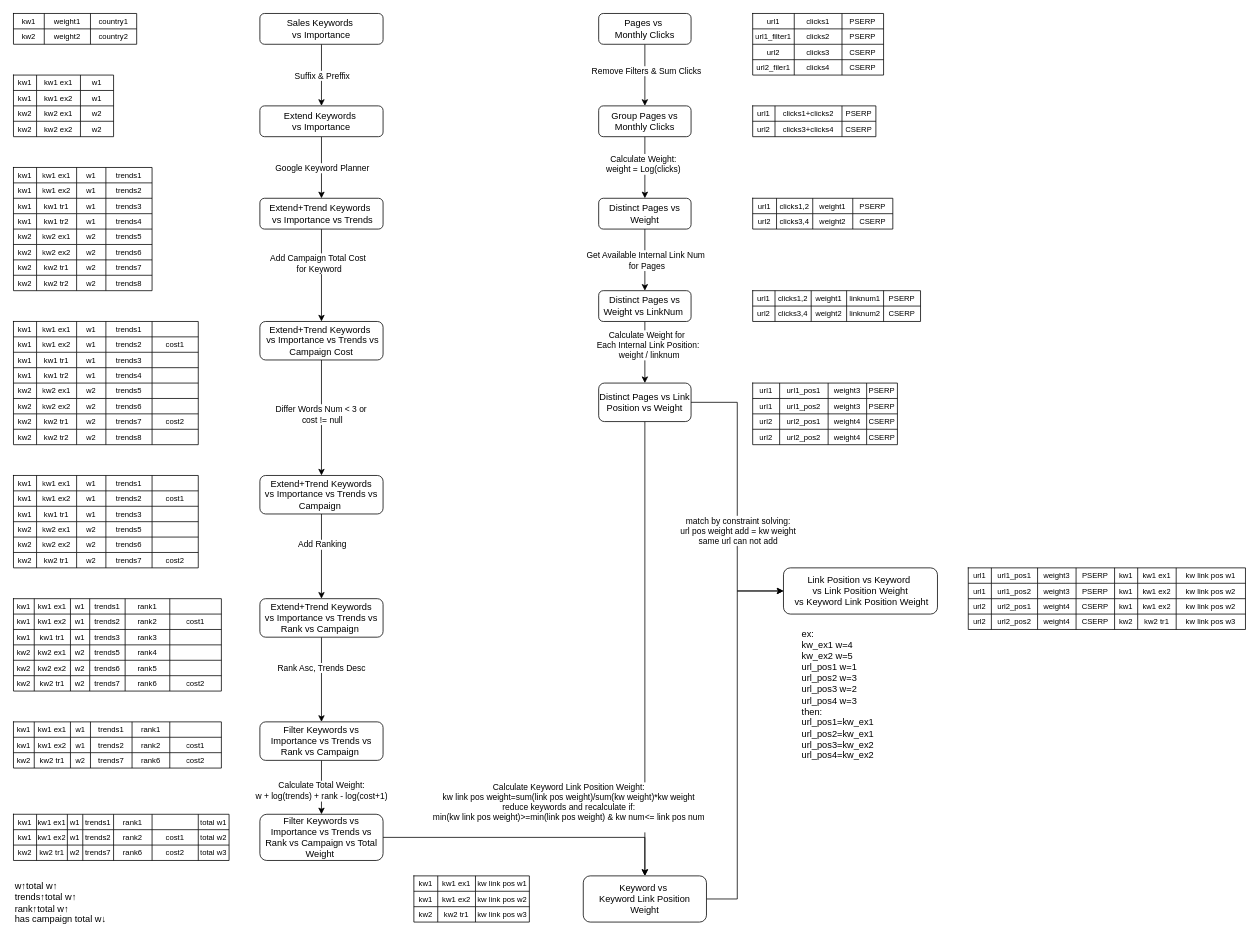
This is drawio/core_keyword.drawio from VisableHarry/seo-drawio, a draw.io file, before an edit. Source tidied: cells renumbered, new cells numbered last; positions are measured from the earlier drawing's top-left corner, leaving out a move shared by most shapes. Both pictures are drawn from the tidied source at 77%, with x=0, y=0 at pixel (13, 13).
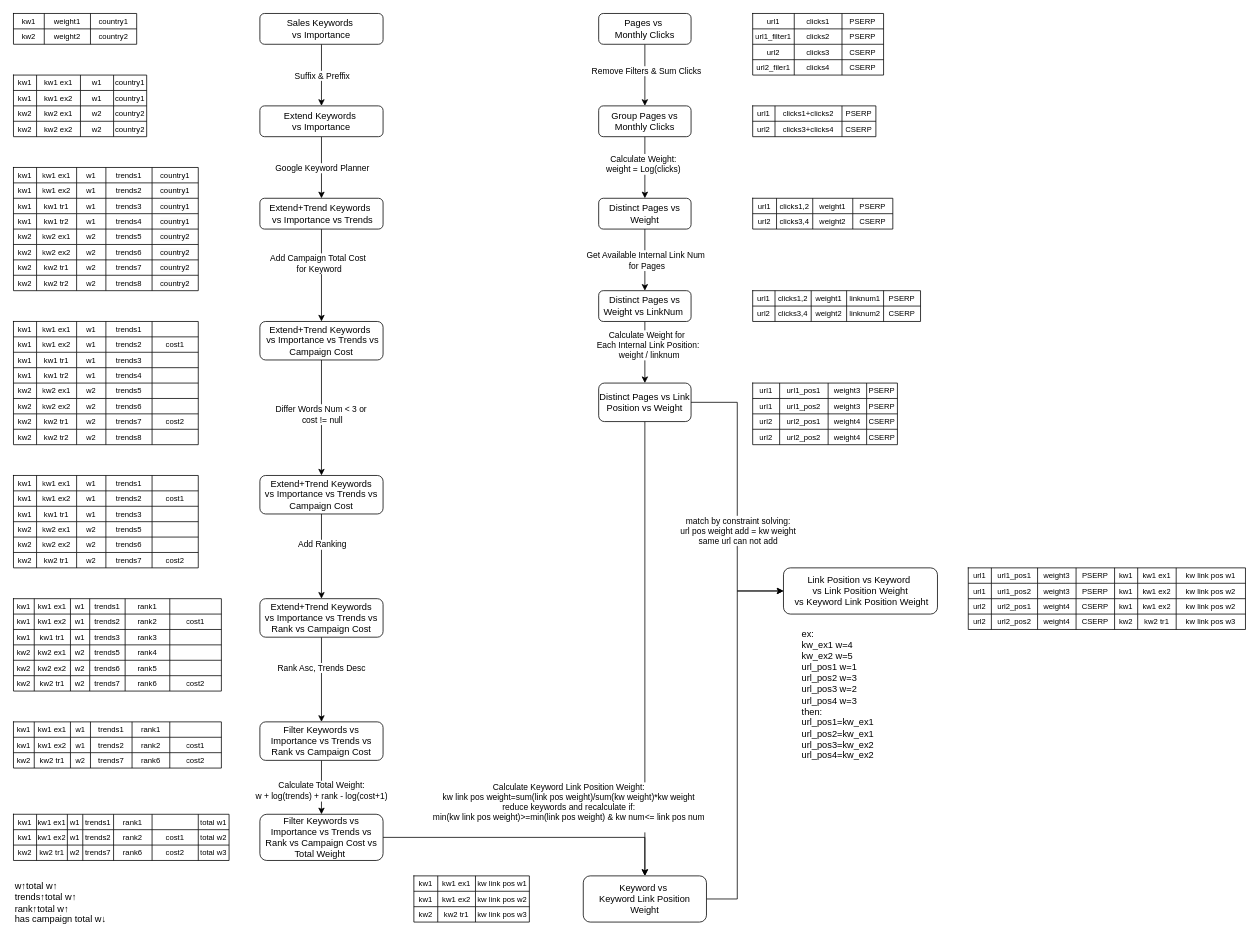
Above is the later version.

What changed in the source:
```diff
@@
-    <mxCell id="21" value="Extend+Trend Keywords&lt;div&gt;vs Importance&amp;nbsp;&lt;span style=&quot;background-color: transparent; color: light-dark(rgb(0, 0, 0), rgb(255, 255, 255));&quot;&gt;vs Trends vs Campaign&lt;/span&gt;&lt;span style=&quot;background-color: transparent; color: light-dark(rgb(0, 0, 0), rgb(255, 255, 255));&quot;&gt;&amp;nbsp;&lt;/span&gt;&lt;/div&gt;" style="rounded=1;whiteSpace=wrap;html=1;" parent="1" vertex="1">
+    <mxCell id="21" value="Extend+Trend Keywords&lt;div&gt;vs Importance&amp;nbsp;&lt;span style=&quot;background-color: transparent; color: light-dark(rgb(0, 0, 0), rgb(255, 255, 255));&quot;&gt;vs Trends vs Campaign&lt;/span&gt;&lt;span style=&quot;background-color: transparent; color: light-dark(rgb(0, 0, 0), rgb(255, 255, 255));&quot;&gt;&amp;nbsp;Cost&lt;/span&gt;&lt;/div&gt;" style="rounded=1;whiteSpace=wrap;html=1;" parent="1" vertex="1">
       <mxGeometry x="320" y="600" width="160" height="50" as="geometry" />
     </mxCell>
@@
-    <mxCell id="23" value="Filter Keywords vs Importance&amp;nbsp;&lt;span style=&quot;color: light-dark(rgb(0, 0, 0), rgb(255, 255, 255)); background-color: transparent;&quot;&gt;vs Trends&lt;/span&gt;&lt;span style=&quot;color: light-dark(rgb(0, 0, 0), rgb(255, 255, 255)); background-color: transparent;&quot;&gt;&amp;nbsp;vs Rank&lt;/span&gt;&lt;span style=&quot;color: light-dark(rgb(0, 0, 0), rgb(255, 255, 255)); background-color: transparent;&quot;&gt;&amp;nbsp;vs Campaign&lt;/span&gt;&lt;span style=&quot;color: light-dark(rgb(0, 0, 0), rgb(255, 255, 255)); background-color: transparent;&quot;&gt;&amp;nbsp;&lt;/span&gt;" style="rounded=1;whiteSpace=wrap;html=1;" parent="1" vertex="1">
+    <mxCell id="23" value="Filter Keywords vs Importance&amp;nbsp;&lt;span style=&quot;color: light-dark(rgb(0, 0, 0), rgb(255, 255, 255)); background-color: transparent;&quot;&gt;vs Trends&lt;/span&gt;&lt;span style=&quot;color: light-dark(rgb(0, 0, 0), rgb(255, 255, 255)); background-color: transparent;&quot;&gt;&amp;nbsp;vs Rank&lt;/span&gt;&lt;span style=&quot;color: light-dark(rgb(0, 0, 0), rgb(255, 255, 255)); background-color: transparent;&quot;&gt;&amp;nbsp;vs Campaign&lt;/span&gt;&lt;span style=&quot;color: light-dark(rgb(0, 0, 0), rgb(255, 255, 255)); background-color: transparent;&quot;&gt;&amp;nbsp;Cost&lt;/span&gt;" style="rounded=1;whiteSpace=wrap;html=1;" parent="1" vertex="1">
       <mxGeometry x="320" y="920" width="160" height="50" as="geometry" />
     </mxCell>
@@
-    <mxCell id="70" value="Extend+Trend Keywords&lt;div&gt;vs Importance&amp;nbsp;&lt;span style=&quot;background-color: transparent; color: light-dark(rgb(0, 0, 0), rgb(255, 255, 255));&quot;&gt;vs Trends&lt;/span&gt;&lt;span style=&quot;background-color: transparent; color: light-dark(rgb(0, 0, 0), rgb(255, 255, 255));&quot;&gt;&amp;nbsp;vs Rank&lt;/span&gt;&lt;span style=&quot;background-color: transparent; color: light-dark(rgb(0, 0, 0), rgb(255, 255, 255));&quot;&gt;&amp;nbsp;vs Campaign&lt;/span&gt;&lt;span style=&quot;background-color: transparent; color: light-dark(rgb(0, 0, 0), rgb(255, 255, 255));&quot;&gt;&amp;nbsp;&lt;/span&gt;&lt;/div&gt;" style="rounded=1;whiteSpace=wrap;html=1;" parent="1" vertex="1">
+    <mxCell id="70" value="Extend+Trend Keywords&lt;div&gt;vs Importance&amp;nbsp;&lt;span style=&quot;background-color: transparent; color: light-dark(rgb(0, 0, 0), rgb(255, 255, 255));&quot;&gt;vs Trends&lt;/span&gt;&lt;span style=&quot;background-color: transparent; color: light-dark(rgb(0, 0, 0), rgb(255, 255, 255));&quot;&gt;&amp;nbsp;vs Rank&lt;/span&gt;&lt;span style=&quot;background-color: transparent; color: light-dark(rgb(0, 0, 0), rgb(255, 255, 255));&quot;&gt;&amp;nbsp;vs Campaign&lt;/span&gt;&lt;span style=&quot;background-color: transparent; color: light-dark(rgb(0, 0, 0), rgb(255, 255, 255));&quot;&gt;&amp;nbsp;Cost&lt;/span&gt;&lt;/div&gt;" style="rounded=1;whiteSpace=wrap;html=1;" parent="1" vertex="1">
       <mxGeometry x="320" y="760" width="160" height="50" as="geometry" />
     </mxCell>
     <mxCell id="71" style="shape=table;startSize=0;childLayout=tableLayout;fontSize=16;" parent="1" vertex="1">
-      <mxGeometry y="200" width="180" height="160" as="geometry" />
+      <mxGeometry y="200" width="240" height="160" as="geometry" />
     </mxCell>
     <mxCell id="72" style="shape=tableRow;horizontal=0;startSize=0;swimlaneHead=0;swimlaneBody=0;strokeColor=inherit;top=0;left=0;bottom=0;right=0;fillColor=none;fontSize=16;" parent="71" vertex="1">
-      <mxGeometry width="180" height="20" as="geometry" />
+      <mxGeometry width="240" height="20" as="geometry" />
     </mxCell>
@@
+    <mxCell id="406" value="country1" style="shape=partialRectangle;html=1;whiteSpace=wrap;strokeColor=inherit;overflow=hidden;fillColor=none;top=0;left=0;bottom=0;right=0;fontSize=10;" parent="72" vertex="1">
+      <mxGeometry x="180" width="60" height="20" as="geometry" />
+    </mxCell>
     <mxCell id="77" style="shape=tableRow;horizontal=0;startSize=0;swimlaneHead=0;swimlaneBody=0;strokeColor=inherit;top=0;left=0;bottom=0;right=0;fillColor=none;fontSize=16;" parent="71" vertex="1">
-      <mxGeometry y="20" width="180" height="20" as="geometry" />
+      <mxGeometry y="20" width="240" height="20" as="geometry" />
     </mxCell>
@@
+    <mxCell id="407" value="&lt;span style=&quot;color: rgb(0, 0, 0); font-family: Helvetica; font-size: 10px; font-style: normal; font-variant-ligatures: normal; font-variant-caps: normal; font-weight: 400; letter-spacing: normal; orphans: 2; text-align: center; text-indent: 0px; text-transform: none; widows: 2; word-spacing: 0px; -webkit-text-stroke-width: 0px; white-space: normal; background-color: rgb(251, 251, 251); text-decoration-thickness: initial; text-decoration-style: initial; text-decoration-color: initial; display: inline !important; float: none;&quot;&gt;country1&lt;/span&gt;" style="shape=partialRectangle;html=1;whiteSpace=wrap;strokeColor=inherit;overflow=hidden;fillColor=none;top=0;left=0;bottom=0;right=0;fontSize=10;" parent="77" vertex="1">
+      <mxGeometry x="180" width="60" height="20" as="geometry" />
+    </mxCell>
     <mxCell id="82" style="shape=tableRow;horizontal=0;startSize=0;swimlaneHead=0;swimlaneBody=0;strokeColor=inherit;top=0;left=0;bottom=0;right=0;fillColor=none;fontSize=16;" parent="71" vertex="1">
-      <mxGeometry y="40" width="180" height="20" as="geometry" />
+      <mxGeometry y="40" width="240" height="20" as="geometry" />
     </mxCell>
@@
+    <mxCell id="408" value="&lt;span style=&quot;color: rgb(0, 0, 0); font-family: Helvetica; font-size: 10px; font-style: normal; font-variant-ligatures: normal; font-variant-caps: normal; font-weight: 400; letter-spacing: normal; orphans: 2; text-align: center; text-indent: 0px; text-transform: none; widows: 2; word-spacing: 0px; -webkit-text-stroke-width: 0px; white-space: normal; background-color: rgb(251, 251, 251); text-decoration-thickness: initial; text-decoration-style: initial; text-decoration-color: initial; display: inline !important; float: none;&quot;&gt;country1&lt;/span&gt;" style="shape=partialRectangle;html=1;whiteSpace=wrap;strokeColor=inherit;overflow=hidden;fillColor=none;top=0;left=0;bottom=0;right=0;fontSize=10;" parent="82" vertex="1">
+      <mxGeometry x="180" width="60" height="20" as="geometry" />
+    </mxCell>
     <mxCell id="87" style="shape=tableRow;horizontal=0;startSize=0;swimlaneHead=0;swimlaneBody=0;strokeColor=inherit;top=0;left=0;bottom=0;right=0;fillColor=none;fontSize=16;" parent="71" vertex="1">
-      <mxGeometry y="60" width="180" height="20" as="geometry" />
+      <mxGeometry y="60" width="240" height="20" as="geometry" />
     </mxCell>
@@
+    <mxCell id="409" value="&lt;span style=&quot;color: rgb(0, 0, 0); font-family: Helvetica; font-size: 10px; font-style: normal; font-variant-ligatures: normal; font-variant-caps: normal; font-weight: 400; letter-spacing: normal; orphans: 2; text-align: center; text-indent: 0px; text-transform: none; widows: 2; word-spacing: 0px; -webkit-text-stroke-width: 0px; white-space: normal; background-color: rgb(251, 251, 251); text-decoration-thickness: initial; text-decoration-style: initial; text-decoration-color: initial; display: inline !important; float: none;&quot;&gt;country1&lt;/span&gt;" style="shape=partialRectangle;html=1;whiteSpace=wrap;strokeColor=inherit;overflow=hidden;fillColor=none;top=0;left=0;bottom=0;right=0;fontSize=10;" parent="87" vertex="1">
+      <mxGeometry x="180" width="60" height="20" as="geometry" />
+    </mxCell>
     <mxCell id="92" style="shape=tableRow;horizontal=0;startSize=0;swimlaneHead=0;swimlaneBody=0;strokeColor=inherit;top=0;left=0;bottom=0;right=0;fillColor=none;fontSize=16;" parent="71" vertex="1">
-      <mxGeometry y="80" width="180" height="20" as="geometry" />
+      <mxGeometry y="80" width="240" height="20" as="geometry" />
     </mxCell>
@@
+    <mxCell id="410" value="&lt;span style=&quot;color: rgb(0, 0, 0); font-family: Helvetica; font-size: 10px; font-style: normal; font-variant-ligatures: normal; font-variant-caps: normal; font-weight: 400; letter-spacing: normal; orphans: 2; text-align: center; text-indent: 0px; text-transform: none; widows: 2; word-spacing: 0px; -webkit-text-stroke-width: 0px; white-space: normal; background-color: rgb(251, 251, 251); text-decoration-thickness: initial; text-decoration-style: initial; text-decoration-color: initial; float: none; display: inline !important;&quot;&gt;country2&lt;/span&gt;" style="shape=partialRectangle;html=1;whiteSpace=wrap;strokeColor=inherit;overflow=hidden;fillColor=none;top=0;left=0;bottom=0;right=0;fontSize=10;" parent="92" vertex="1">
+      <mxGeometry x="180" width="60" height="20" as="geometry" />
+    </mxCell>
     <mxCell id="97" style="shape=tableRow;horizontal=0;startSize=0;swimlaneHead=0;swimlaneBody=0;strokeColor=inherit;top=0;left=0;bottom=0;right=0;fillColor=none;fontSize=16;" parent="71" vertex="1">
-      <mxGeometry y="100" width="180" height="20" as="geometry" />
+      <mxGeometry y="100" width="240" height="20" as="geometry" />
     </mxCell>
@@
+    <mxCell id="411" value="&lt;span style=&quot;color: rgb(0, 0, 0); font-family: Helvetica; font-size: 10px; font-style: normal; font-variant-ligatures: normal; font-variant-caps: normal; font-weight: 400; letter-spacing: normal; orphans: 2; text-align: center; text-indent: 0px; text-transform: none; widows: 2; word-spacing: 0px; -webkit-text-stroke-width: 0px; white-space: normal; background-color: rgb(251, 251, 251); text-decoration-thickness: initial; text-decoration-style: initial; text-decoration-color: initial; display: inline !important; float: none;&quot;&gt;country2&lt;/span&gt;" style="shape=partialRectangle;html=1;whiteSpace=wrap;strokeColor=inherit;overflow=hidden;fillColor=none;top=0;left=0;bottom=0;right=0;fontSize=10;" parent="97" vertex="1">
+      <mxGeometry x="180" width="60" height="20" as="geometry" />
+    </mxCell>
     <mxCell id="102" style="shape=tableRow;horizontal=0;startSize=0;swimlaneHead=0;swimlaneBody=0;strokeColor=inherit;top=0;left=0;bottom=0;right=0;fillColor=none;fontSize=16;" parent="71" vertex="1">
-      <mxGeometry y="120" width="180" height="20" as="geometry" />
+      <mxGeometry y="120" width="240" height="20" as="geometry" />
     </mxCell>
@@
+    <mxCell id="412" value="&lt;span style=&quot;color: rgb(0, 0, 0); font-family: Helvetica; font-size: 10px; font-style: normal; font-variant-ligatures: normal; font-variant-caps: normal; font-weight: 400; letter-spacing: normal; orphans: 2; text-align: center; text-indent: 0px; text-transform: none; widows: 2; word-spacing: 0px; -webkit-text-stroke-width: 0px; white-space: normal; background-color: rgb(251, 251, 251); text-decoration-thickness: initial; text-decoration-style: initial; text-decoration-color: initial; display: inline !important; float: none;&quot;&gt;country2&lt;/span&gt;" style="shape=partialRectangle;html=1;whiteSpace=wrap;strokeColor=inherit;overflow=hidden;fillColor=none;top=0;left=0;bottom=0;right=0;fontSize=10;" parent="102" vertex="1">
+      <mxGeometry x="180" width="60" height="20" as="geometry" />
+    </mxCell>
     <mxCell id="107" style="shape=tableRow;horizontal=0;startSize=0;swimlaneHead=0;swimlaneBody=0;strokeColor=inherit;top=0;left=0;bottom=0;right=0;fillColor=none;fontSize=16;" parent="71" vertex="1">
-      <mxGeometry y="140" width="180" height="20" as="geometry" />
+      <mxGeometry y="140" width="240" height="20" as="geometry" />
     </mxCell>
@@
+    <mxCell id="413" value="&lt;span style=&quot;color: rgb(0, 0, 0); font-family: Helvetica; font-size: 10px; font-style: normal; font-variant-ligatures: normal; font-variant-caps: normal; font-weight: 400; letter-spacing: normal; orphans: 2; text-align: center; text-indent: 0px; text-transform: none; widows: 2; word-spacing: 0px; -webkit-text-stroke-width: 0px; white-space: normal; background-color: rgb(251, 251, 251); text-decoration-thickness: initial; text-decoration-style: initial; text-decoration-color: initial; display: inline !important; float: none;&quot;&gt;country2&lt;/span&gt;" style="shape=partialRectangle;html=1;whiteSpace=wrap;strokeColor=inherit;overflow=hidden;fillColor=none;top=0;left=0;bottom=0;right=0;fontSize=10;" parent="107" vertex="1">
+      <mxGeometry x="180" width="60" height="20" as="geometry" />
+    </mxCell>
@@
     <mxCell id="134" style="shape=table;startSize=0;childLayout=tableLayout;fontSize=16;" parent="1" vertex="1">
-      <mxGeometry y="80" width="130" height="80" as="geometry" />
+      <mxGeometry y="80" width="173" height="80" as="geometry" />
     </mxCell>
     <mxCell id="135" style="shape=tableRow;horizontal=0;startSize=0;swimlaneHead=0;swimlaneBody=0;strokeColor=inherit;top=0;left=0;bottom=0;right=0;fillColor=none;fontSize=16;" parent="134" vertex="1">
-      <mxGeometry width="130" height="20" as="geometry" />
+      <mxGeometry width="173" height="20" as="geometry" />
     </mxCell>
@@
+    <mxCell id="414" value="country1" style="shape=partialRectangle;html=1;whiteSpace=wrap;strokeColor=inherit;overflow=hidden;fillColor=none;top=0;left=0;bottom=0;right=0;fontSize=10;" parent="135" vertex="1">
+      <mxGeometry x="130" width="43" height="20" as="geometry" />
+    </mxCell>
     <mxCell id="139" style="shape=tableRow;horizontal=0;startSize=0;swimlaneHead=0;swimlaneBody=0;strokeColor=inherit;top=0;left=0;bottom=0;right=0;fillColor=none;fontSize=16;" parent="134" vertex="1">
-      <mxGeometry y="20" width="130" height="20" as="geometry" />
+      <mxGeometry y="20" width="173" height="20" as="geometry" />
     </mxCell>
@@
+    <mxCell id="415" value="country1" style="shape=partialRectangle;html=1;whiteSpace=wrap;strokeColor=inherit;overflow=hidden;fillColor=none;top=0;left=0;bottom=0;right=0;fontSize=10;" parent="139" vertex="1">
+      <mxGeometry x="130" width="43" height="20" as="geometry" />
+    </mxCell>
     <mxCell id="143" style="shape=tableRow;horizontal=0;startSize=0;swimlaneHead=0;swimlaneBody=0;strokeColor=inherit;top=0;left=0;bottom=0;right=0;fillColor=none;fontSize=16;" parent="134" vertex="1">
-      <mxGeometry y="40" width="130" height="20" as="geometry" />
+      <mxGeometry y="40" width="173" height="20" as="geometry" />
     </mxCell>
@@
+    <mxCell id="416" value="country2" style="shape=partialRectangle;html=1;whiteSpace=wrap;strokeColor=inherit;overflow=hidden;fillColor=none;top=0;left=0;bottom=0;right=0;fontSize=10;" parent="143" vertex="1">
+      <mxGeometry x="130" width="43" height="20" as="geometry" />
+    </mxCell>
     <mxCell id="147" style="shape=tableRow;horizontal=0;startSize=0;swimlaneHead=0;swimlaneBody=0;strokeColor=inherit;top=0;left=0;bottom=0;right=0;fillColor=none;fontSize=16;" parent="134" vertex="1">
-      <mxGeometry y="60" width="130" height="20" as="geometry" />
+      <mxGeometry y="60" width="173" height="20" as="geometry" />
     </mxCell>
@@
+    <mxCell id="417" value="country2" style="shape=partialRectangle;html=1;whiteSpace=wrap;strokeColor=inherit;overflow=hidden;fillColor=none;top=0;left=0;bottom=0;right=0;fontSize=10;" parent="147" vertex="1">
+      <mxGeometry x="130" width="43" height="20" as="geometry" />
+    </mxCell>
@@
-    <mxCell id="289" value="Filter Keywords vs Importance&amp;nbsp;&lt;span style=&quot;color: light-dark(rgb(0, 0, 0), rgb(255, 255, 255)); background-color: transparent;&quot;&gt;vs Trends&lt;/span&gt;&lt;span style=&quot;color: light-dark(rgb(0, 0, 0), rgb(255, 255, 255)); background-color: transparent;&quot;&gt;&amp;nbsp;vs Rank&lt;/span&gt;&lt;span style=&quot;color: light-dark(rgb(0, 0, 0), rgb(255, 255, 255)); background-color: transparent;&quot;&gt;&amp;nbsp;vs Campaign vs Total Weight&lt;/span&gt;&lt;span style=&quot;color: light-dark(rgb(0, 0, 0), rgb(255, 255, 255)); background-color: transparent;&quot;&gt;&amp;nbsp;&lt;/span&gt;" style="rounded=1;whiteSpace=wrap;html=1;" parent="1" vertex="1">
+    <mxCell id="289" value="Filter Keywords vs Importance&amp;nbsp;&lt;span style=&quot;color: light-dark(rgb(0, 0, 0), rgb(255, 255, 255)); background-color: transparent;&quot;&gt;vs Trends&lt;/span&gt;&lt;span style=&quot;color: light-dark(rgb(0, 0, 0), rgb(255, 255, 255)); background-color: transparent;&quot;&gt;&amp;nbsp;vs Rank&lt;/span&gt;&lt;span style=&quot;color: light-dark(rgb(0, 0, 0), rgb(255, 255, 255)); background-color: transparent;&quot;&gt;&amp;nbsp;vs Campaign Cost vs Total Weight&lt;/span&gt;&lt;span style=&quot;color: light-dark(rgb(0, 0, 0), rgb(255, 255, 255)); background-color: transparent;&quot;&gt;&amp;nbsp;&lt;/span&gt;" style="rounded=1;whiteSpace=wrap;html=1;" parent="1" vertex="1">
       <mxGeometry x="320" y="1040" width="160" height="60" as="geometry" />
     </mxCell>
```
